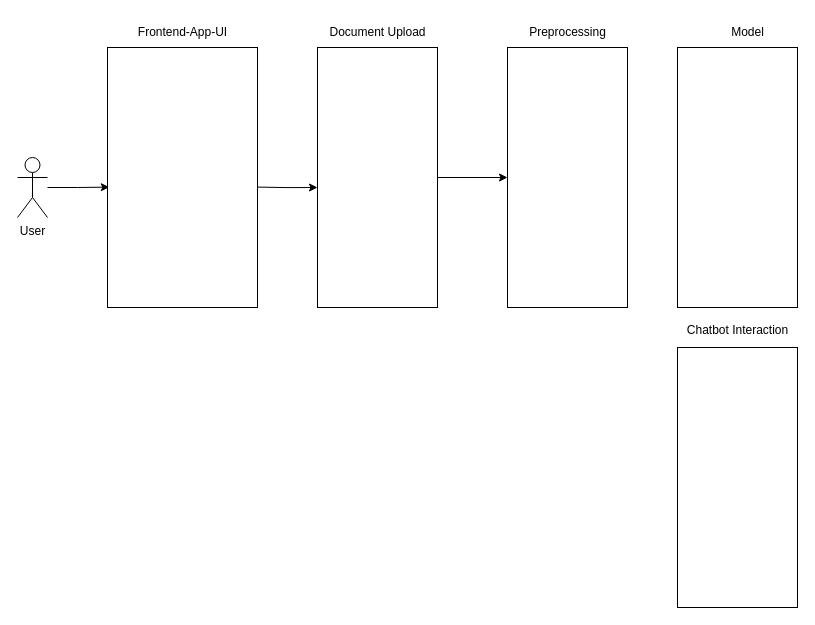
Earlier version of the draw.io diagram Untitled Diagram.drawio (UnaizaNaseem/Notes). Source tidied: cells renumbered, new cells numbered last; positions are measured from the earlier drawing's top-left corner, leaving out a move shared by most shapes. Both pictures are drawn from the tidied source at 100%, with x=0, y=0 at pixel (17, 17).
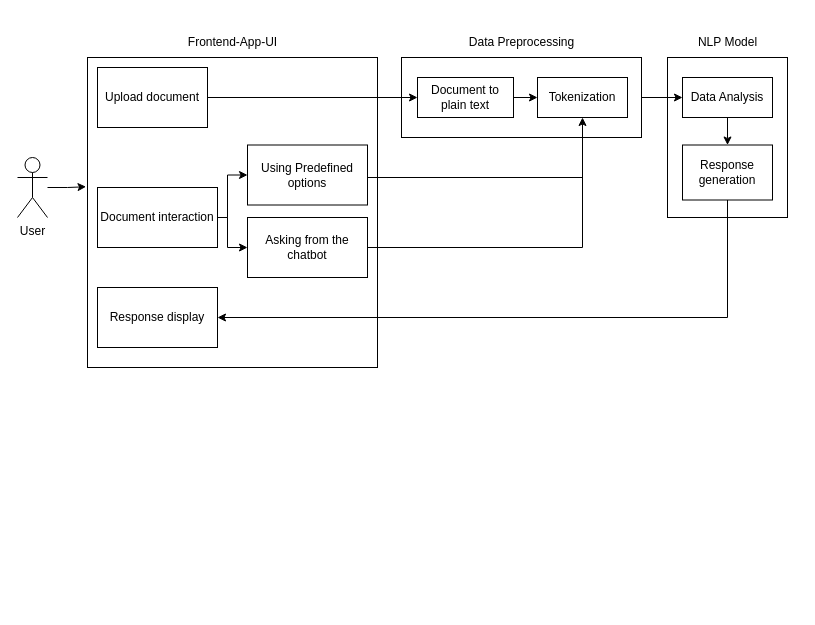
After the change.

The change refers to these unchanged cells:
```xml
<mxCell id="3" value="User" style="shape=umlActor;verticalLabelPosition=bottom;verticalAlign=top;html=1;outlineConnect=0;" parent="1" vertex="1">
  <mxGeometry y="140" width="30" height="60" as="geometry" />
</mxCell>
```

Diff of the diagram source:
```diff
@@
-    <mxCell id="2" style="edgeStyle=orthogonalEdgeStyle;rounded=0;jettySize=auto;html=1;entryX=0.012;entryY=0.537;entryDx=0;entryDy=0;entryPerimeter=0;" parent="1" edge="1" source="3" target="4">
+    <mxCell id="2" style="edgeStyle=orthogonalEdgeStyle;rounded=0;jettySize=auto;html=1;entryX=-0.005;entryY=0.417;entryDx=0;entryDy=0;entryPerimeter=0;" parent="1" edge="1" source="3" target="4">
       <mxGeometry relative="1" as="geometry" />
     </mxCell>
@@
     <mxCell id="4" style="rounded=0;whiteSpace=wrap;html=1;" parent="1" vertex="1">
-      <mxGeometry x="90" y="30" width="150" height="260" as="geometry" />
+      <mxGeometry x="70" y="40" width="290" height="310" as="geometry" />
     </mxCell>
-    <mxCell id="5" style="edgeStyle=orthogonalEdgeStyle;rounded=0;jettySize=auto;html=1;entryX=0;entryY=0.5;entryDx=0;entryDy=0;" parent="1" edge="1" source="6" target="7">
-      <mxGeometry relative="1" as="geometry" />
-    </mxCell>
-    <mxCell id="6" style="rounded=0;whiteSpace=wrap;html=1;" parent="1" vertex="1">
-      <mxGeometry x="300" y="30" width="120" height="260" as="geometry" />
-    </mxCell>
-    <mxCell id="7" style="rounded=0;whiteSpace=wrap;html=1;" parent="1" vertex="1">
-      <mxGeometry x="490" y="30" width="120" height="260" as="geometry" />
-    </mxCell>
-    <mxCell id="8" style="edgeStyle=orthogonalEdgeStyle;rounded=0;orthogonalLoop=1;jettySize=auto;html=1;" parent="1" edge="1">
-      <mxGeometry relative="1" as="geometry">
-        <mxPoint x="240" y="169.6" as="sourcePoint" />
-        <mxPoint x="300" y="170" as="targetPoint" />
-      </mxGeometry>
-    </mxCell>
     <mxCell id="9" value="Frontend-App-UI" style="text;html=1;align=center;verticalAlign=middle;strokeColor=none;fillColor=none;" parent="1" vertex="1">
-      <mxGeometry x="110" width="110" height="30" as="geometry" />
+      <mxGeometry x="160" y="10" width="110" height="30" as="geometry" />
     </mxCell>
-    <mxCell id="10" value="Document Upload" style="text;html=1;align=center;verticalAlign=middle;strokeColor=none;fillColor=none;" parent="1" vertex="1">
-      <mxGeometry x="300" width="120" height="30" as="geometry" />
-    </mxCell>
-    <mxCell id="11" value="Preprocessing" style="text;html=1;align=center;verticalAlign=middle;strokeColor=none;fillColor=none;" parent="1" vertex="1">
-      <mxGeometry x="500" width="100" height="30" as="geometry" />
-    </mxCell>
-    <mxCell id="12" style="rounded=0;whiteSpace=wrap;html=1;" parent="1" vertex="1">
-      <mxGeometry x="660" y="30" width="120" height="260" as="geometry" />
-    </mxCell>
-    <mxCell id="13" value="Model" style="text;html=1;align=center;verticalAlign=middle;strokeColor=none;fillColor=none;" parent="1" vertex="1">
-      <mxGeometry x="700" width="60" height="30" as="geometry" />
-    </mxCell>
-    <mxCell id="14" style="rounded=0;whiteSpace=wrap;html=1;" parent="1" vertex="1">
-      <mxGeometry x="660" y="330" width="120" height="260" as="geometry" />
-    </mxCell>
-    <mxCell id="15" value="Chatbot Interaction" style="text;html=1;align=center;verticalAlign=middle;strokeColor=none;fillColor=none;" parent="1" vertex="1">
-      <mxGeometry x="660" y="298" width="120" height="30" as="geometry" />
-    </mxCell>
+    <mxCell id="16" value="Upload document" style="rounded=0;whiteSpace=wrap;html=1;" parent="1" vertex="1">
+      <mxGeometry x="80" y="50" width="110" height="60" as="geometry" />
+    </mxCell>
+    <mxCell id="17" style="edgeStyle=orthogonalEdgeStyle;rounded=0;jettySize=auto;html=1;" parent="1" edge="1" source="19" target="21">
+      <mxGeometry relative="1" as="geometry">
+        <Array as="points">
+          <mxPoint x="210" y="200" />
+          <mxPoint x="210" y="230" />
+        </Array>
+      </mxGeometry>
+    </mxCell>
+    <mxCell id="18" style="edgeStyle=orthogonalEdgeStyle;rounded=0;jettySize=auto;html=1;exitX=1;exitY=0.5;exitDx=0;exitDy=0;entryX=0;entryY=0.5;entryDx=0;entryDy=0;" parent="1" edge="1" source="19" target="20">
+      <mxGeometry relative="1" as="geometry">
+        <Array as="points">
+          <mxPoint x="210" y="200" />
+          <mxPoint x="210" y="158" />
+        </Array>
+      </mxGeometry>
+    </mxCell>
+    <mxCell id="19" value="Document interaction" style="rounded=0;whiteSpace=wrap;html=1;" parent="1" vertex="1">
+      <mxGeometry x="80" y="170" width="120" height="60" as="geometry" />
+    </mxCell>
+    <mxCell id="20" value="Using Predefined options" style="rounded=0;whiteSpace=wrap;html=1;" parent="1" vertex="1">
+      <mxGeometry x="230" y="127.5" width="120" height="60" as="geometry" />
+    </mxCell>
+    <mxCell id="21" value="Asking from the chatbot" style="rounded=0;whiteSpace=wrap;html=1;" parent="1" vertex="1">
+      <mxGeometry x="230" y="200" width="120" height="60" as="geometry" />
+    </mxCell>
+    <mxCell id="22" style="rounded=0;whiteSpace=wrap;html=1;" parent="1" vertex="1">
+      <mxGeometry x="384" y="40" width="240" height="80" as="geometry" />
+    </mxCell>
+    <mxCell id="23" value="Data Preprocessing" style="text;html=1;align=center;verticalAlign=middle;strokeColor=none;fillColor=none;" parent="1" vertex="1">
+      <mxGeometry x="439" y="10" width="130" height="30" as="geometry" />
+    </mxCell>
+    <mxCell id="24" style="edgeStyle=orthogonalEdgeStyle;rounded=0;jettySize=auto;html=1;exitX=1;exitY=0.5;exitDx=0;exitDy=0;" parent="1" edge="1" source="25" target="26">
+      <mxGeometry relative="1" as="geometry" />
+    </mxCell>
+    <mxCell id="25" value="Document to plain text" style="rounded=0;whiteSpace=wrap;html=1;" parent="1" vertex="1">
+      <mxGeometry x="400" y="60" width="96" height="40" as="geometry" />
+    </mxCell>
+    <mxCell id="26" value="Tokenization" style="rounded=0;whiteSpace=wrap;html=1;" parent="1" vertex="1">
+      <mxGeometry x="520" y="60" width="90" height="40" as="geometry" />
+    </mxCell>
+    <mxCell id="27" style="rounded=0;whiteSpace=wrap;html=1;" parent="1" vertex="1">
+      <mxGeometry x="650" y="40" width="120" height="160" as="geometry" />
+    </mxCell>
+    <mxCell id="28" value="NLP Model" style="text;html=1;align=center;verticalAlign=middle;strokeColor=none;fillColor=none;" parent="1" vertex="1">
+      <mxGeometry x="670" y="10" width="80" height="30" as="geometry" />
+    </mxCell>
+    <mxCell id="29" style="edgeStyle=orthogonalEdgeStyle;rounded=0;jettySize=auto;html=1;entryX=0.5;entryY=0;entryDx=0;entryDy=0;" parent="1" edge="1" source="30" target="32">
+      <mxGeometry relative="1" as="geometry" />
+    </mxCell>
+    <mxCell id="30" value="Data Analysis" style="rounded=0;whiteSpace=wrap;html=1;" parent="1" vertex="1">
+      <mxGeometry x="665" y="60" width="90" height="40" as="geometry" />
+    </mxCell>
+    <mxCell id="31" style="edgeStyle=orthogonalEdgeStyle;rounded=0;jettySize=auto;html=1;exitX=0.5;exitY=1;exitDx=0;exitDy=0;entryX=1;entryY=0.5;entryDx=0;entryDy=0;" parent="1" edge="1" source="32" target="34">
+      <mxGeometry relative="1" as="geometry" />
+    </mxCell>
+    <mxCell id="32" value="Response generation" style="rounded=0;whiteSpace=wrap;html=1;" parent="1" vertex="1">
+      <mxGeometry x="665" y="127.5" width="90" height="55" as="geometry" />
+    </mxCell>
+    <mxCell id="33" style="edgeStyle=orthogonalEdgeStyle;rounded=0;jettySize=auto;html=1;exitX=1;exitY=0.5;exitDx=0;exitDy=0;entryX=0;entryY=0.5;entryDx=0;entryDy=0;" parent="1" edge="1" source="22" target="30">
+      <mxGeometry relative="1" as="geometry" />
+    </mxCell>
+    <mxCell id="34" value="Response display" style="rounded=0;whiteSpace=wrap;html=1;" parent="1" vertex="1">
+      <mxGeometry x="80" y="270" width="120" height="60" as="geometry" />
+    </mxCell>
+    <mxCell id="35" style="edgeStyle=orthogonalEdgeStyle;rounded=0;jettySize=auto;html=1;entryX=0.5;entryY=1;entryDx=0;entryDy=0;" parent="1" edge="1" source="21" target="26">
+      <mxGeometry relative="1" as="geometry" />
+    </mxCell>
+    <mxCell id="36" style="edgeStyle=orthogonalEdgeStyle;rounded=0;jettySize=auto;html=1;entryX=0;entryY=0.5;entryDx=0;entryDy=0;" parent="1" edge="1" source="16" target="25">
+      <mxGeometry relative="1" as="geometry" />
+    </mxCell>
+    <mxCell id="37" style="endArrow=none;html=1;rounded=0;" parent="1" edge="1">
+      <mxGeometry relative="1" as="geometry">
+        <mxPoint x="350" y="160" as="sourcePoint" />
+        <mxPoint x="565" y="160" as="targetPoint" />
+      </mxGeometry>
+    </mxCell>
```
